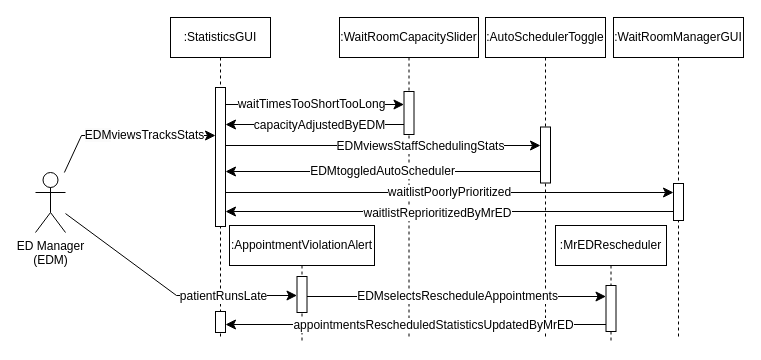
Above: AmirWork/M2/ED_Manager_SequenceDiagram.drawio in SENG-350-2024-fall/Team9 (draw.io), before the change. Source tidied: cells renumbered, new cells numbered last; positions are measured from the earlier drawing's top-left corner, leaving out a move shared by most shapes. Both pictures are drawn from the tidied source at 100%, with x=0, y=0 at pixel (35, 17).
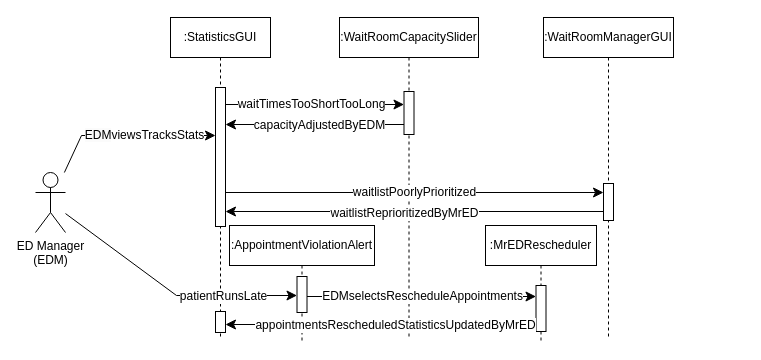
After the change.

Unchanged cells that the change refers to:
```xml
<mxCell id="3" style="html=1;points=[];perimeter=orthogonalPerimeter;outlineConnect=0;targetShapes=umlLifeline;portConstraint=eastwest;newEdgeStyle={&quot;edgeStyle&quot;:&quot;elbowEdgeStyle&quot;,&quot;elbow&quot;:&quot;vertical&quot;,&quot;curved&quot;:0,&quot;rounded&quot;:0};" parent="2" vertex="1">
  <mxGeometry x="45" y="70" width="10" height="139" as="geometry" />
</mxCell>
```

The edit, as a diff of the source:
```diff
@@
-    <mxCell id="16" value=":AutoSchedulerToggle" style="shape=umlLifeline;perimeter=lifelinePerimeter;whiteSpace=wrap;html=1;newEdgeStyle={&quot;edgeStyle&quot;:&quot;elbowEdgeStyle&quot;,&quot;elbow&quot;:&quot;vertical&quot;,&quot;curved&quot;:0,&quot;rounded&quot;:0};" parent="1" vertex="1">
-      <mxGeometry x="450" width="120" height="319" as="geometry" />
-    </mxCell>
-    <mxCell id="17" style="html=1;points=[];perimeter=orthogonalPerimeter;outlineConnect=0;targetShapes=umlLifeline;portConstraint=eastwest;newEdgeStyle={&quot;edgeStyle&quot;:&quot;elbowEdgeStyle&quot;,&quot;elbow&quot;:&quot;vertical&quot;,&quot;curved&quot;:0,&quot;rounded&quot;:0};" parent="16" vertex="1">
-      <mxGeometry x="55" y="109.5" width="10" height="56" as="geometry" />
-    </mxCell>
-    <mxCell id="18" style="edgeStyle=elbowEdgeStyle;curved=0;rounded=0;jettySize=auto;html=1;elbow=vertical;fontSize=12;startSize=8;endSize=8;" parent="1" edge="1" source="3" target="17">
-      <mxGeometry x="-0.07" y="-3" relative="1" as="geometry">
-        <Array as="points">
-          <mxPoint x="342" y="128" />
-        </Array>
-      </mxGeometry>
-    </mxCell>
-    <mxCell id="19" value="EDMviewsStaffSchedulingStats" style="edgeLabel;html=1;align=center;verticalAlign=middle;fontSize=12;" parent="18" vertex="1">
-      <mxGeometry x="0.35" y="1" relative="1" as="geometry">
-        <mxPoint x="-19" y="1" as="offset" />
-      </mxGeometry>
-    </mxCell>
-    <mxCell id="20" value="EDMtoggledAutoScheduler" style="edgeStyle=elbowEdgeStyle;curved=0;rounded=0;jettySize=auto;html=1;elbow=vertical;fontSize=12;startSize=8;endSize=8;" parent="1" edge="1" source="17" target="3">
-      <mxGeometry relative="1" as="geometry">
-        <Array as="points">
-          <mxPoint x="343" y="154" />
-        </Array>
-      </mxGeometry>
-    </mxCell>
     <mxCell id="21" value=":WaitRoomManagerGUI" style="shape=umlLifeline;perimeter=lifelinePerimeter;whiteSpace=wrap;html=1;outlineConnect=0;portConstraint=eastwest;newEdgeStyle={&quot;edgeStyle&quot;:&quot;elbowEdgeStyle&quot;,&quot;elbow&quot;:&quot;vertical&quot;,&quot;curved&quot;:0,&quot;rounded&quot;:0};" parent="1" vertex="1">
-      <mxGeometry x="578" width="130" height="322" as="geometry" />
+      <mxGeometry x="508" width="130" height="322" as="geometry" />
     </mxCell>
@@
     <mxCell id="31" value=":MrEDRescheduler" style="shape=umlLifeline;perimeter=lifelinePerimeter;whiteSpace=wrap;html=1;newEdgeStyle={&quot;edgeStyle&quot;:&quot;elbowEdgeStyle&quot;,&quot;elbow&quot;:&quot;vertical&quot;,&quot;curved&quot;:0,&quot;rounded&quot;:0};" parent="1" vertex="1">
-      <mxGeometry x="520" y="208" width="111" height="117" as="geometry" />
+      <mxGeometry x="450" y="208" width="111" height="117" as="geometry" />
     </mxCell>
```
